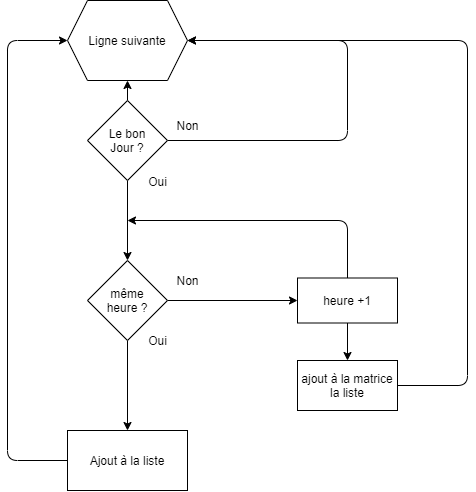
This is algorigram_tmp.drawio.png from AkselCaubel/SAE-1.15-Base-de-donnee, a draw.io export, as it was before one commit. Source tidied: cells renumbered, new cells last; positions are measured from the earlier drawing's top-left corner, leaving out a move shared by most shapes.
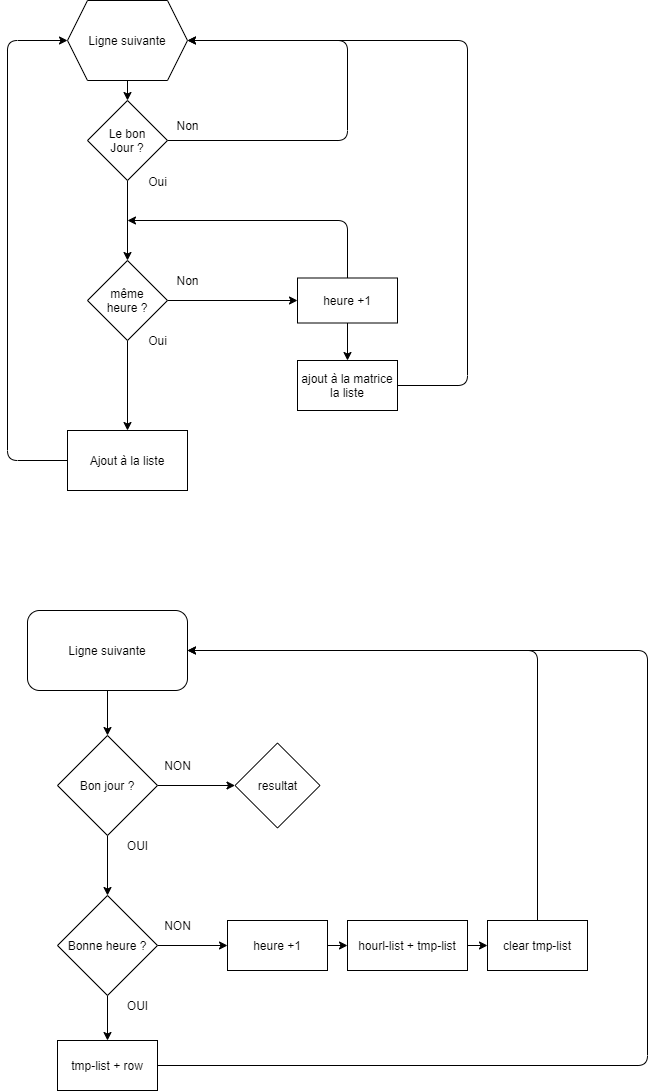
The same file after the commit.

Change to the diagram source:
```diff
@@ -13,9 +13,6 @@
     <mxCell id="3" style="edgeStyle=none;html=1;" parent="1" edge="1" source="5" target="8">
       <mxGeometry relative="1" as="geometry" />
     </mxCell>
-    <mxCell id="4" style="edgeStyle=none;html=1;" parent="1" edge="1" source="5" target="18">
-      <mxGeometry relative="1" as="geometry" />
-    </mxCell>
     <mxCell id="5" value="Le bon&lt;br&gt;Jour ?" style="rhombus;whiteSpace=wrap;html=1;" parent="1" vertex="1">
       <mxGeometry x="80" y="100" width="80" height="80" as="geometry" />
     </mxCell>
@@ -65,6 +62,9 @@
     <mxCell id="17" value="Ajout à la liste" style="whiteSpace=wrap;html=1;" parent="1" vertex="1">
       <mxGeometry x="60" y="430" width="120" height="60" as="geometry" />
     </mxCell>
+    <mxCell id="21" style="edgeStyle=none;html=1;exitX=0.5;exitY=1;exitDx=0;exitDy=0;entryX=0.5;entryY=0;entryDx=0;entryDy=0;" parent="1" edge="1" source="18" target="5">
+      <mxGeometry relative="1" as="geometry" />
+    </mxCell>
     <mxCell id="18" value="Ligne suivante" style="shape=hexagon;perimeter=hexagonPerimeter2;whiteSpace=wrap;html=1;fixedSize=1;" parent="1" vertex="1">
       <mxGeometry x="60" width="120" height="80" as="geometry" />
     </mxCell>
@@ -79,5 +79,77 @@
     <mxCell id="20" value="ajout à la matrice la liste" style="whiteSpace=wrap;html=1;" parent="1" vertex="1">
       <mxGeometry x="290" y="360" width="100" height="50" as="geometry" />
     </mxCell>
+    <mxCell id="22" style="edgeStyle=none;html=1;exitX=0.5;exitY=1;exitDx=0;exitDy=0;entryX=0.5;entryY=0;entryDx=0;entryDy=0;" parent="1" edge="1" source="23" target="26">
+      <mxGeometry relative="1" as="geometry" />
+    </mxCell>
+    <mxCell id="23" value="Ligne suivante" style="rounded=1;whiteSpace=wrap;html=1;" parent="1" vertex="1">
+      <mxGeometry x="20" y="610" width="160" height="80" as="geometry" />
+    </mxCell>
+    <mxCell id="24" style="edgeStyle=none;html=1;exitX=0.5;exitY=1;exitDx=0;exitDy=0;entryX=0.5;entryY=0;entryDx=0;entryDy=0;" parent="1" edge="1" source="26" target="31">
+      <mxGeometry relative="1" as="geometry" />
+    </mxCell>
+    <mxCell id="25" style="edgeStyle=none;html=1;" parent="1" edge="1" source="26" target="42">
+      <mxGeometry relative="1" as="geometry" />
+    </mxCell>
+    <mxCell id="26" value="Bon jour ?" style="rhombus;whiteSpace=wrap;html=1;" parent="1" vertex="1">
+      <mxGeometry x="50" y="735" width="100" height="100" as="geometry" />
+    </mxCell>
+    <mxCell id="27" value="OUI" style="text;html=1;align=center;verticalAlign=middle;strokeColor=none;fillColor=none;" parent="1" vertex="1">
+      <mxGeometry x="110" y="835" width="40" height="20" as="geometry" />
+    </mxCell>
+    <mxCell id="28" value="NON" style="text;html=1;align=center;verticalAlign=middle;strokeColor=none;fillColor=none;" parent="1" vertex="1">
+      <mxGeometry x="150" y="755" width="40" height="20" as="geometry" />
+    </mxCell>
+    <mxCell id="29" style="edgeStyle=none;html=1;exitX=1;exitY=0.5;exitDx=0;exitDy=0;entryX=0;entryY=0.5;entryDx=0;entryDy=0;" parent="1" edge="1" source="31" target="35">
+      <mxGeometry relative="1" as="geometry" />
+    </mxCell>
+    <mxCell id="30" style="edgeStyle=none;html=1;exitX=0.5;exitY=1;exitDx=0;exitDy=0;entryX=0.5;entryY=0;entryDx=0;entryDy=0;" parent="1" edge="1" source="31" target="41">
+      <mxGeometry relative="1" as="geometry" />
+    </mxCell>
+    <mxCell id="31" value="Bonne heure ?" style="rhombus;whiteSpace=wrap;html=1;" parent="1" vertex="1">
+      <mxGeometry x="50" y="895" width="100" height="100" as="geometry" />
+    </mxCell>
+    <mxCell id="32" value="OUI" style="text;html=1;align=center;verticalAlign=middle;strokeColor=none;fillColor=none;" parent="1" vertex="1">
+      <mxGeometry x="110" y="995" width="40" height="20" as="geometry" />
+    </mxCell>
+    <mxCell id="33" value="NON" style="text;html=1;align=center;verticalAlign=middle;strokeColor=none;fillColor=none;" parent="1" vertex="1">
+      <mxGeometry x="150" y="915" width="40" height="20" as="geometry" />
+    </mxCell>
+    <mxCell id="34" style="edgeStyle=none;html=1;exitX=1;exitY=0.5;exitDx=0;exitDy=0;entryX=0;entryY=0.5;entryDx=0;entryDy=0;" parent="1" edge="1" source="35" target="37">
+      <mxGeometry relative="1" as="geometry" />
+    </mxCell>
+    <mxCell id="35" value="heure +1" style="whiteSpace=wrap;html=1;" parent="1" vertex="1">
+      <mxGeometry x="220" y="920" width="100" height="50" as="geometry" />
+    </mxCell>
+    <mxCell id="36" style="edgeStyle=none;html=1;exitX=1;exitY=0.5;exitDx=0;exitDy=0;entryX=0;entryY=0.5;entryDx=0;entryDy=0;" parent="1" edge="1" source="37" target="39">
+      <mxGeometry relative="1" as="geometry" />
+    </mxCell>
+    <mxCell id="37" value="hourl-list + tmp-list" style="whiteSpace=wrap;html=1;" parent="1" vertex="1">
+      <mxGeometry x="340" y="920" width="120" height="50" as="geometry" />
+    </mxCell>
+    <mxCell id="38" style="edgeStyle=none;html=1;exitX=0.5;exitY=0;exitDx=0;exitDy=0;entryX=1;entryY=0.5;entryDx=0;entryDy=0;" parent="1" edge="1" source="39" target="23">
+      <mxGeometry relative="1" as="geometry">
+        <Array as="points">
+          <mxPoint x="530" y="650" />
+        </Array>
+      </mxGeometry>
+    </mxCell>
+    <mxCell id="39" value="clear tmp-list" style="whiteSpace=wrap;html=1;" parent="1" vertex="1">
+      <mxGeometry x="480" y="920" width="100" height="50" as="geometry" />
+    </mxCell>
+    <mxCell id="40" style="edgeStyle=none;html=1;exitX=1;exitY=0.5;exitDx=0;exitDy=0;entryX=1;entryY=0.5;entryDx=0;entryDy=0;" parent="1" edge="1" source="41" target="23">
+      <mxGeometry relative="1" as="geometry">
+        <Array as="points">
+          <mxPoint x="640" y="1065" />
+          <mxPoint x="640" y="650" />
+        </Array>
+      </mxGeometry>
+    </mxCell>
+    <mxCell id="41" value="tmp-list + row" style="whiteSpace=wrap;html=1;" parent="1" vertex="1">
+      <mxGeometry x="50" y="1040" width="100" height="50" as="geometry" />
+    </mxCell>
+    <mxCell id="42" value="resultat" style="rhombus;whiteSpace=wrap;html=1;" parent="1" vertex="1">
+      <mxGeometry x="227.5" y="742.5" width="85" height="85" as="geometry" />
+    </mxCell>
   </root>
 </mxGraphModel>
```
